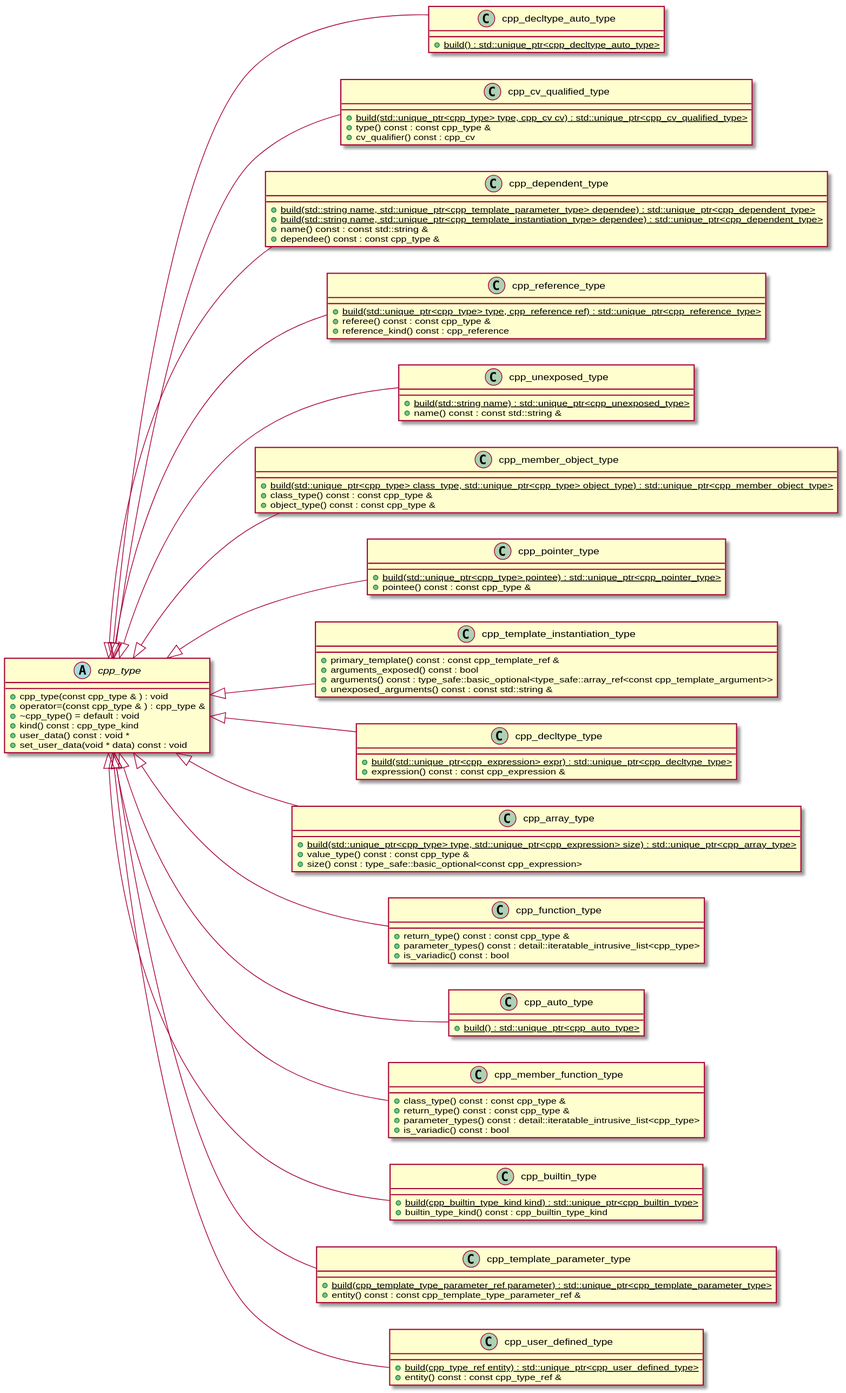
Before: cppast/puml/cpp_type_class_hierarchy_full_diagram.svg, a diagram exported from PlantUML (bkryza/clang-uml-examples).
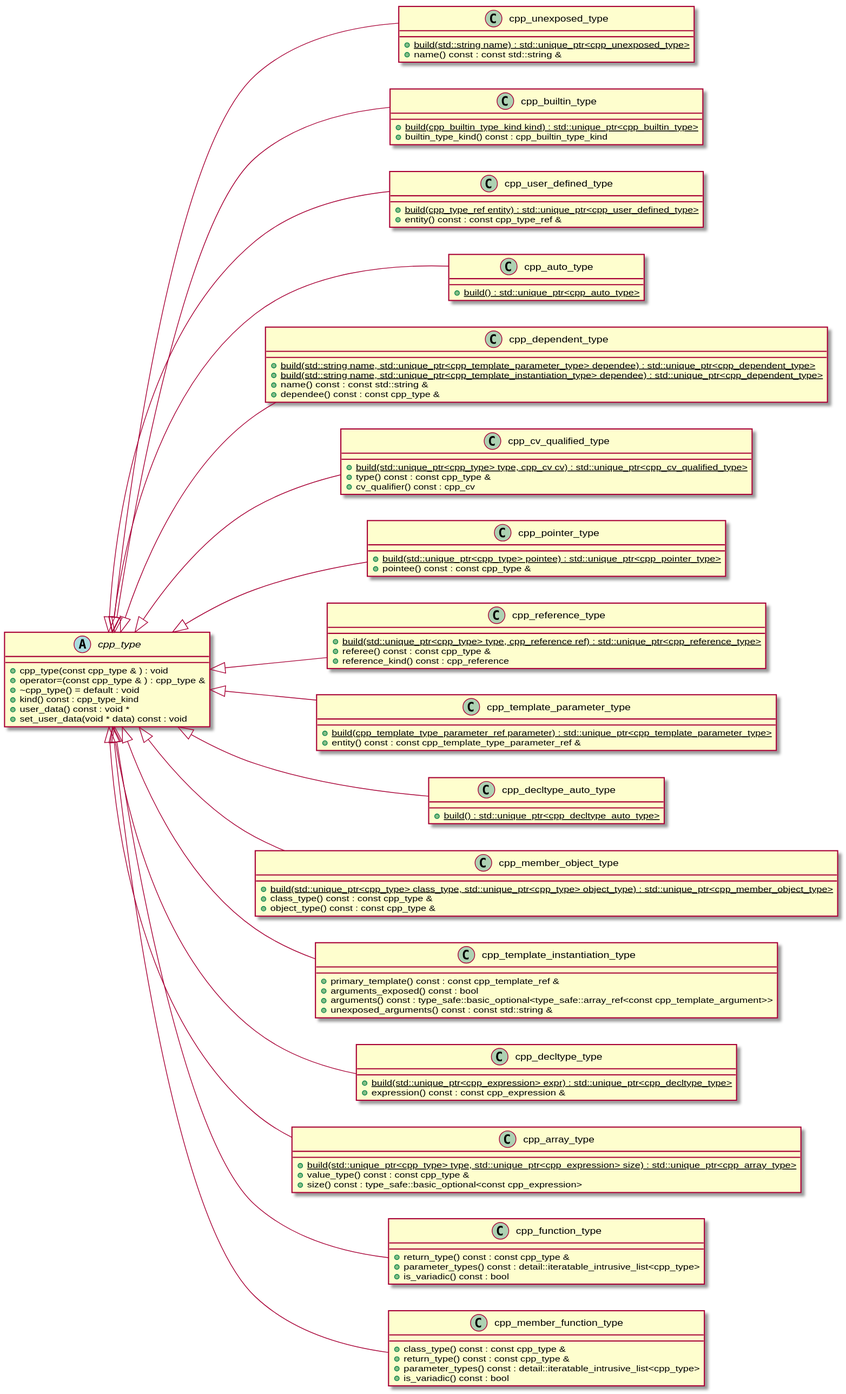
The same file after the commit.

Diff of the diagram source:
```diff
@@ -1,43 +1,71 @@
 @startuml
 left to right direction
-class "cpp_decltype_auto_type" as C_0000026248340214462662
-class C_0000026248340214462662 [[https://github.com/foonathan/cppast/blob/f00df6675d87c6983033d270728c57a55cd3db22/include/cppast/cppast_fwd.hpp#L27{cpp_decltype_auto_type}]] {
-{static} +build() : std::unique_ptr<cpp_decltype_auto_type>
+abstract "cpp_type" as C_0001585653041236922459
+abstract C_0001585653041236922459 [[https://github.com/foonathan/cppast/blob/f00df6675d87c6983033d270728c57a55cd3db22/include/cppast/cpp_type.hpp#L44{cpp_type}]] {
++cpp_type(const cpp_type & ) : void
++operator=(const cpp_type & ) : cpp_type &
++~cpp_type() = default : void
++kind() const : cpp_type_kind
++user_data() const : void *
++set_user_data(void * data) const : void
 }
-class "cpp_cv_qualified_type" as C_0000342846994454958214
-class C_0000342846994454958214 [[https://github.com/foonathan/cppast/blob/f00df6675d87c6983033d270728c57a55cd3db22/include/cppast/cppast_fwd.hpp#L26{cpp_cv_qualified_type}]] {
-{static} +build(std::unique_ptr<cpp_type> type, cpp_cv cv) : std::unique_ptr<cpp_cv_qualified_type>
-+type() const : const cpp_type &
-+cv_qualifier() const : cpp_cv
+class "cpp_unexposed_type" as C_0000601730303705395408
+class C_0000601730303705395408 [[https://github.com/foonathan/cppast/blob/f00df6675d87c6983033d270728c57a55cd3db22/include/cppast/cpp_type.hpp#L95{cpp_unexposed_type}]] {
+{static} +build(std::string name) : std::unique_ptr<cpp_unexposed_type>
++name() const : const std::string &
+}
+class "cpp_builtin_type" as C_0002035785082080260407
+class C_0002035785082080260407 [[https://github.com/foonathan/cppast/blob/f00df6675d87c6983033d270728c57a55cd3db22/include/cppast/cpp_type.hpp#L161{cpp_builtin_type}]] {
+{static} +build(cpp_builtin_type_kind kind) : std::unique_ptr<cpp_builtin_type>
++builtin_type_kind() const : cpp_builtin_type_kind
+}
+class "cpp_user_defined_type" as C_0002166954434825938188
+class C_0002166954434825938188 [[https://github.com/foonathan/cppast/blob/f00df6675d87c6983033d270728c57a55cd3db22/include/cppast/cpp_type.hpp#L202{cpp_user_defined_type}]] {
+{static} +build(cpp_type_ref entity) : std::unique_ptr<cpp_user_defined_type>
++entity() const : const cpp_type_ref &
+}
+class "cpp_auto_type" as C_0001809003368459807767
+class C_0001809003368459807767 [[https://github.com/foonathan/cppast/blob/f00df6675d87c6983033d270728c57a55cd3db22/include/cppast/cpp_type.hpp#L230{cpp_auto_type}]] {
+{static} +build() : std::unique_ptr<cpp_auto_type>
 }
 class "cpp_dependent_type" as C_0000507998479194737071
-class C_0000507998479194737071 [[https://github.com/foonathan/cppast/blob/f00df6675d87c6983033d270728c57a55cd3db22/include/cppast/cppast_fwd.hpp#L29{cpp_dependent_type}]] {
+class C_0000507998479194737071 [[https://github.com/foonathan/cppast/blob/f00df6675d87c6983033d270728c57a55cd3db22/include/cppast/cpp_type.hpp#L249{cpp_dependent_type}]] {
 {static} +build(std::string name, std::unique_ptr<cpp_template_parameter_type> dependee) : std::unique_ptr<cpp_dependent_type>
 {static} +build(std::string name, std::unique_ptr<cpp_template_instantiation_type> dependee) : std::unique_ptr<cpp_dependent_type>
 +name() const : const std::string &
 +dependee() const : const cpp_type &
 }
+class "cpp_cv_qualified_type" as C_0000342846994454958214
+class C_0000342846994454958214 [[https://github.com/foonathan/cppast/blob/f00df6675d87c6983033d270728c57a55cd3db22/include/cppast/cpp_type.hpp#L311{cpp_cv_qualified_type}]] {
+{static} +build(std::unique_ptr<cpp_type> type, cpp_cv cv) : std::unique_ptr<cpp_cv_qualified_type>
++type() const : const cpp_type &
++cv_qualifier() const : cpp_cv
+}
+class "cpp_pointer_type" as C_0000861535705589766807
+class C_0000861535705589766807 [[https://github.com/foonathan/cppast/blob/f00df6675d87c6983033d270728c57a55cd3db22/include/cppast/cpp_type.hpp#L359{cpp_pointer_type}]] {
+{static} +build(std::unique_ptr<cpp_type> pointee) : std::unique_ptr<cpp_pointer_type>
++pointee() const : const cpp_type &
+}
 class "cpp_reference_type" as C_0000600573949475383075
-class C_0000600573949475383075 [[https://github.com/foonathan/cppast/blob/f00df6675d87c6983033d270728c57a55cd3db22/include/cppast/cppast_fwd.hpp#L58{cpp_reference_type}]] {
+class C_0000600573949475383075 [[https://github.com/foonathan/cppast/blob/f00df6675d87c6983033d270728c57a55cd3db22/include/cppast/cpp_type.hpp#L394{cpp_reference_type}]] {
 {static} +build(std::unique_ptr<cpp_type> type, cpp_reference ref) : std::unique_ptr<cpp_reference_type>
 +referee() const : const cpp_type &
 +reference_kind() const : cpp_reference
 }
-class "cpp_unexposed_type" as C_0000601730303705395408
-class C_0000601730303705395408 [[https://github.com/foonathan/cppast/blob/f00df6675d87c6983033d270728c57a55cd3db22/include/cppast/cppast_fwd.hpp#L74{cpp_unexposed_type}]] {
-{static} +build(std::string name) : std::unique_ptr<cpp_unexposed_type>
-+name() const : const std::string &
+class "cpp_template_parameter_type" as C_0002158322113857881673
+class C_0002158322113857881673 [[https://github.com/foonathan/cppast/blob/f00df6675d87c6983033d270728c57a55cd3db22/include/cppast/cpp_template_parameter.hpp#L106{cpp_template_parameter_type}]] {
+{static} +build(cpp_template_type_parameter_ref parameter) : std::unique_ptr<cpp_template_parameter_type>
++entity() const : const cpp_template_type_parameter_ref &
+}
+class "cpp_decltype_auto_type" as C_0000026248340214462662
+class C_0000026248340214462662 [[https://github.com/foonathan/cppast/blob/f00df6675d87c6983033d270728c57a55cd3db22/include/cppast/cppast_fwd.hpp#L27{cpp_decltype_auto_type}]] {
+{static} +build() : std::unique_ptr<cpp_decltype_auto_type>
 }
 class "cpp_member_object_type" as C_0000603633382993980808
 class C_0000603633382993980808 [[https://github.com/foonathan/cppast/blob/f00df6675d87c6983033d270728c57a55cd3db22/include/cppast/cppast_fwd.hpp#L53{cpp_member_object_type}]] {
 {static} +build(std::unique_ptr<cpp_type> class_type, std::unique_ptr<cpp_type> object_type) : std::unique_ptr<cpp_member_object_type>
 +class_type() const : const cpp_type &
 +object_type() const : const cpp_type &
-}
-class "cpp_pointer_type" as C_0000861535705589766807
-class C_0000861535705589766807 [[https://github.com/foonathan/cppast/blob/f00df6675d87c6983033d270728c57a55cd3db22/include/cppast/cppast_fwd.hpp#L57{cpp_pointer_type}]] {
-{static} +build(std::unique_ptr<cpp_type> pointee) : std::unique_ptr<cpp_pointer_type>
-+pointee() const : const cpp_type &
 }
 class "cpp_template_instantiation_type" as C_0001009421424714355715
 class C_0001009421424714355715 [[https://github.com/foonathan/cppast/blob/f00df6675d87c6983033d270728c57a55cd3db22/include/cppast/cppast_fwd.hpp#L63{cpp_template_instantiation_type}]] {
@@ -63,19 +91,6 @@
 +parameter_types() const : detail::iteratable_intrusive_list<cpp_type>
 +is_variadic() const : bool
 }
-abstract "cpp_type" as C_0001585653041236922459
-abstract C_0001585653041236922459 [[https://github.com/foonathan/cppast/blob/f00df6675d87c6983033d270728c57a55cd3db22/include/cppast/cppast_fwd.hpp#L70{cpp_type}]] {
-+cpp_type(const cpp_type & ) : void
-+operator=(const cpp_type & ) : cpp_type &
-+~cpp_type() = default : void
-+kind() const : cpp_type_kind
-+user_data() const : void *
-+set_user_data(void * data) const : void
-}
-class "cpp_auto_type" as C_0001809003368459807767
-class C_0001809003368459807767 [[https://github.com/foonathan/cppast/blob/f00df6675d87c6983033d270728c57a55cd3db22/include/cppast/cppast_fwd.hpp#L16{cpp_auto_type}]] {
-{static} +build() : std::unique_ptr<cpp_auto_type>
-}
 class "cpp_member_function_type" as C_0001956941679276907326
 class C_0001956941679276907326 [[https://github.com/foonathan/cppast/blob/f00df6675d87c6983033d270728c57a55cd3db22/include/cppast/cppast_fwd.hpp#L52{cpp_member_function_type}]] {
 +class_type() const : const cpp_type &
@@ -83,36 +98,21 @@
 +parameter_types() const : detail::iteratable_intrusive_list<cpp_type>
 +is_variadic() const : bool
 }
-class "cpp_builtin_type" as C_0002035785082080260407
-class C_0002035785082080260407 [[https://github.com/foonathan/cppast/blob/f00df6675d87c6983033d270728c57a55cd3db22/include/cppast/cppast_fwd.hpp#L19{cpp_builtin_type}]] {
-{static} +build(cpp_builtin_type_kind kind) : std::unique_ptr<cpp_builtin_type>
-+builtin_type_kind() const : cpp_builtin_type_kind
-}
-class "cpp_template_parameter_type" as C_0002158322113857881673
-class C_0002158322113857881673 [[https://github.com/foonathan/cppast/blob/f00df6675d87c6983033d270728c57a55cd3db22/include/cppast/cppast_fwd.hpp#L65{cpp_template_parameter_type}]] {
-{static} +build(cpp_template_type_parameter_ref parameter) : std::unique_ptr<cpp_template_parameter_type>
-+entity() const : const cpp_template_type_parameter_ref &
-}
-class "cpp_user_defined_type" as C_0002166954434825938188
-class C_0002166954434825938188 [[https://github.com/foonathan/cppast/blob/f00df6675d87c6983033d270728c57a55cd3db22/include/cppast/cppast_fwd.hpp#L75{cpp_user_defined_type}]] {
-{static} +build(cpp_type_ref entity) : std::unique_ptr<cpp_user_defined_type>
-+entity() const : const cpp_type_ref &
-}
+C_0001585653041236922459 <|-- C_0000601730303705395408
+C_0001585653041236922459 <|-- C_0002035785082080260407
+C_0001585653041236922459 <|-- C_0002166954434825938188
+C_0001585653041236922459 <|-- C_0001809003368459807767
+C_0001585653041236922459 <|-- C_0000507998479194737071
+C_0001585653041236922459 <|-- C_0000342846994454958214
+C_0001585653041236922459 <|-- C_0000861535705589766807
+C_0001585653041236922459 <|-- C_0000600573949475383075
+C_0001585653041236922459 <|-- C_0002158322113857881673
 C_0001585653041236922459 <|-- C_0000026248340214462662
-C_0001585653041236922459 <|-- C_0000342846994454958214
-C_0001585653041236922459 <|-- C_0000507998479194737071
-C_0001585653041236922459 <|-- C_0000600573949475383075
-C_0001585653041236922459 <|-- C_0000601730303705395408
 C_0001585653041236922459 <|-- C_0000603633382993980808
-C_0001585653041236922459 <|-- C_0000861535705589766807
 C_0001585653041236922459 <|-- C_0001009421424714355715
 C_0001585653041236922459 <|-- C_0001184982835175222056
 C_0001585653041236922459 <|-- C_0001347498727659770075
 C_0001585653041236922459 <|-- C_0001455852309215570565
-C_0001585653041236922459 <|-- C_0001809003368459807767
 C_0001585653041236922459 <|-- C_0001956941679276907326
-C_0001585653041236922459 <|-- C_0002035785082080260407
-C_0001585653041236922459 <|-- C_0002158322113857881673
-C_0001585653041236922459 <|-- C_0002166954434825938188
 
 @enduml
```
